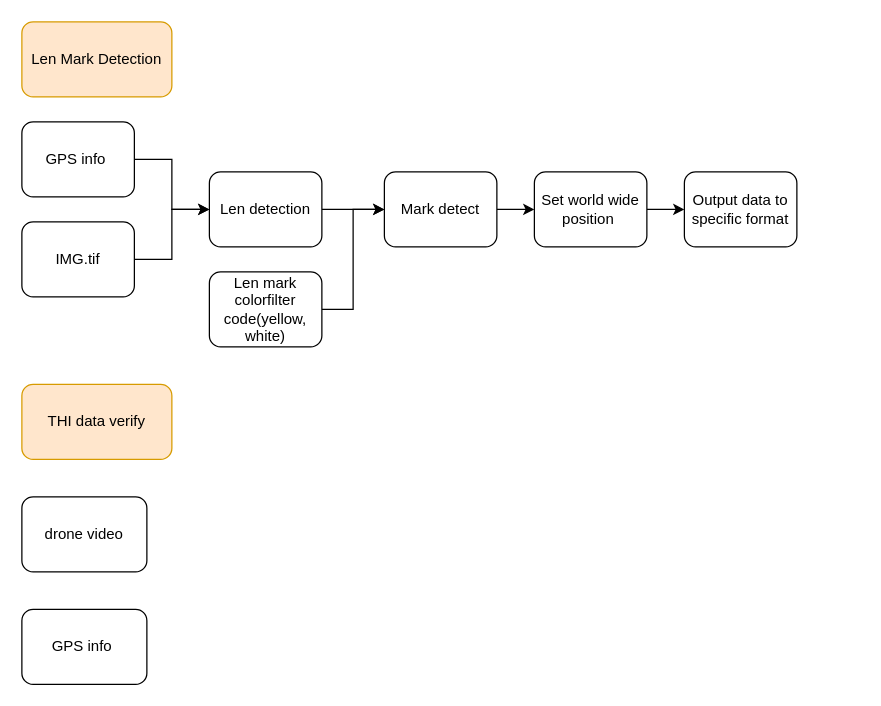
YueChuCheng/Wayside_draw keeps this draw.io diagram as THI_len_mark_detection_and_current_pipline_verify.drawio. Above is the earlier version. Source tidied: cells renumbered, new cells numbered last; positions are measured from the earlier drawing's top-left corner, leaving out a move shared by most shapes. Both pictures are drawn from the tidied source at 125%, with x=0, y=0 at pixel (21, 21).
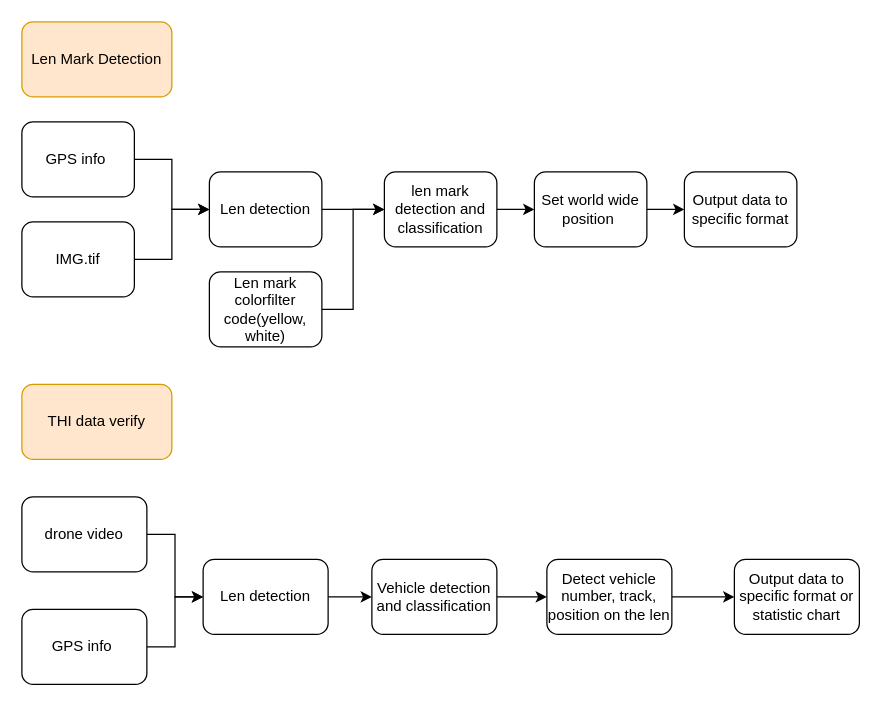
The same diagram, later.

Unchanged cells that the change refers to:
```xml
<mxCell id="4" value="drone video" style="rounded=1;whiteSpace=wrap;html=1;" parent="1" vertex="1">
  <mxGeometry y="380" width="100" height="60" as="geometry" />
</mxCell>
<mxCell id="18" value="GPS info&amp;nbsp;" style="rounded=1;whiteSpace=wrap;html=1;" parent="1" vertex="1">
  <mxGeometry y="470" width="100" height="60" as="geometry" />
</mxCell>
```

Diff of the diagram source:
```diff
@@
+    <mxCell id="19" style="edgeStyle=orthogonalEdgeStyle;rounded=0;jettySize=auto;html=1;" parent="1" edge="1" source="4" target="22">
+      <mxGeometry relative="1" as="geometry" />
+    </mxCell>
@@
-    <mxCell id="12" value="Mark detect" style="rounded=1;whiteSpace=wrap;html=1;" parent="1" vertex="1">
+    <mxCell id="12" value="len mark detection and classification" style="rounded=1;whiteSpace=wrap;html=1;" parent="1" vertex="1">
       <mxGeometry x="290" y="120" width="90" height="60" as="geometry" />
     </mxCell>
@@
+    <mxCell id="20" style="edgeStyle=orthogonalEdgeStyle;rounded=0;jettySize=auto;html=1;" parent="1" edge="1" source="18" target="22">
+      <mxGeometry relative="1" as="geometry" />
+    </mxCell>
@@
+    <mxCell id="21" style="edgeStyle=orthogonalEdgeStyle;rounded=0;jettySize=auto;html=1;" parent="1" edge="1" source="22" target="24">
+      <mxGeometry relative="1" as="geometry" />
+    </mxCell>
+    <mxCell id="22" value="Len detection" style="rounded=1;whiteSpace=wrap;html=1;" parent="1" vertex="1">
+      <mxGeometry x="145" y="430" width="100" height="60" as="geometry" />
+    </mxCell>
+    <mxCell id="23" style="edgeStyle=orthogonalEdgeStyle;rounded=0;jettySize=auto;html=1;" parent="1" edge="1" source="24" target="26">
+      <mxGeometry relative="1" as="geometry" />
+    </mxCell>
+    <mxCell id="24" value="Vehicle detection and classification" style="rounded=1;whiteSpace=wrap;html=1;" parent="1" vertex="1">
+      <mxGeometry x="280" y="430" width="100" height="60" as="geometry" />
+    </mxCell>
+    <mxCell id="25" style="edgeStyle=orthogonalEdgeStyle;rounded=0;jettySize=auto;html=1;" parent="1" edge="1" source="26" target="27">
+      <mxGeometry relative="1" as="geometry" />
+    </mxCell>
+    <mxCell id="26" value="Detect vehicle number, track, position on the len" style="rounded=1;whiteSpace=wrap;html=1;" parent="1" vertex="1">
+      <mxGeometry x="420" y="430" width="100" height="60" as="geometry" />
+    </mxCell>
+    <mxCell id="27" value="Output data to specific format or statistic chart" style="rounded=1;whiteSpace=wrap;html=1;" parent="1" vertex="1">
+      <mxGeometry x="570" y="430" width="100" height="60" as="geometry" />
+    </mxCell>
```
